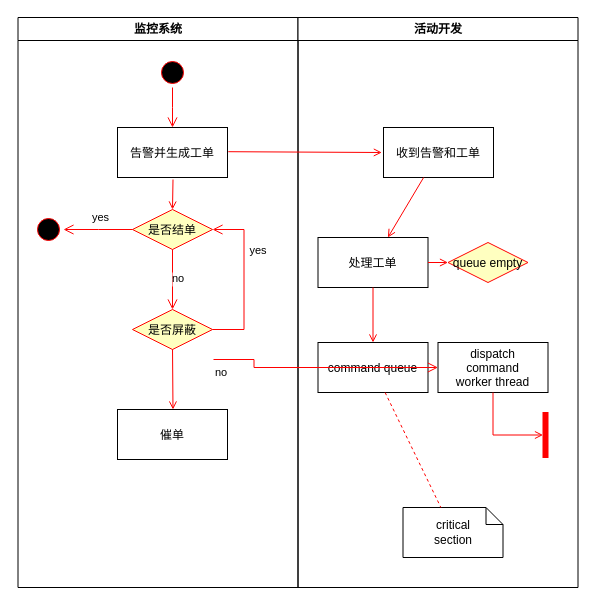
Earlier version of the draw.io diagram 工单系统活动图.drawio (FelixTt/repositoryForDraw.io). Source tidied: cells renumbered, new cells numbered last; positions are measured from the earlier drawing's top-left corner, leaving out a move shared by most shapes. Both pictures are drawn from the tidied source at 100%, with x=0, y=0 at pixel (17, 17).
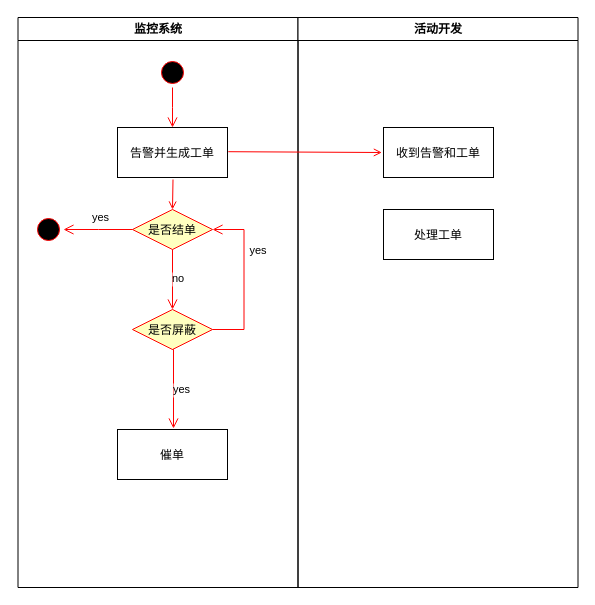
Above is the later version.

Commit message (it also covers changes not shown here):
更新工单系统活动图.drawio

Unchanged cells that the change refers to:
```xml
<mxCell id="2" value="监控系统" style="swimlane;whiteSpace=wrap;startSize=23;" parent="1" vertex="1">
  <mxGeometry x="0.5" width="280" height="570" as="geometry" />
</mxCell>
<mxCell id="12" value="是否屏蔽" style="rhombus;fillColor=#ffffc0;strokeColor=#ff0000;" parent="2" vertex="1">
  <mxGeometry x="114.5" y="292" width="80" height="40" as="geometry" />
</mxCell>
<mxCell id="15" value="活动开发" style="swimlane;whiteSpace=wrap;" parent="1" vertex="1">
  <mxGeometry x="280.5" width="280" height="570" as="geometry" />
</mxCell>
<mxCell id="16" value="收到告警和工单" parent="15" vertex="1">
  <mxGeometry x="85.5" y="110" width="110" height="50" as="geometry" />
</mxCell>
```

The edit, as a diff of the source:
```diff
@@
     <mxCell id="7" value="催单" parent="2" vertex="1">
-      <mxGeometry x="99.5" y="392" width="110" height="50" as="geometry" />
+      <mxGeometry x="99.5" y="412" width="110" height="50" as="geometry" />
     </mxCell>
-    <mxCell id="8" style="endArrow=open;strokeColor=#FF0000;endFill=1;rounded=0;" parent="2" edge="1">
-      <mxGeometry relative="1" as="geometry">
-        <mxPoint x="154.5" y="330" as="sourcePoint" />
-        <mxPoint x="155" y="392" as="targetPoint" />
-      </mxGeometry>
-    </mxCell>
@@
+    <mxCell id="30" value="yes" style="edgeStyle=elbowEdgeStyle;elbow=horizontal;align=left;verticalAlign=bottom;endArrow=open;endSize=8;strokeColor=#FF0000;endFill=1;rounded=0;exitX=0.5;exitY=1;exitDx=0;exitDy=0;entryX=0.505;entryY=-0.02;entryDx=0;entryDy=0;entryPerimeter=0;" parent="2" edge="1" source="12" target="7">
+      <mxGeometry x="0.25" y="-3" relative="1" as="geometry">
+        <Array as="points">
+          <mxPoint x="155.5" y="362" />
+        </Array>
+        <mxPoint x="1" as="offset" />
+      </mxGeometry>
+    </mxCell>
@@
     <mxCell id="17" value="处理工单" parent="15" vertex="1">
-      <mxGeometry x="20" y="220" width="110" height="50" as="geometry" />
+      <mxGeometry x="85.5" y="192" width="110" height="50" as="geometry" />
     </mxCell>
-    <mxCell id="18" style="endArrow=open;strokeColor=#FF0000;endFill=1;rounded=0;" parent="15" edge="1" source="16" target="17">
-      <mxGeometry relative="1" as="geometry" />
-    </mxCell>
-    <mxCell id="19" value="command queue" parent="15" vertex="1">
-      <mxGeometry x="20" y="325" width="110" height="50" as="geometry" />
-    </mxCell>
-    <mxCell id="20" style="endArrow=open;strokeColor=#FF0000;endFill=1;rounded=0;" parent="15" edge="1" source="17" target="19">
-      <mxGeometry relative="1" as="geometry" />
-    </mxCell>
-    <mxCell id="21" value="queue empty" style="rhombus;fillColor=#ffffc0;strokeColor=#ff0000;" parent="15" vertex="1">
-      <mxGeometry x="150" y="225" width="80" height="40" as="geometry" />
-    </mxCell>
-    <mxCell id="22" value="no" style="edgeStyle=elbowEdgeStyle;elbow=horizontal;align=left;verticalAlign=top;endArrow=open;endSize=8;strokeColor=#FF0000;endFill=1;rounded=0;" parent="15" edge="1" target="24">
-      <mxGeometry x="-1" relative="1" as="geometry">
-        <mxPoint x="-84.5" y="342" as="sourcePoint" />
-        <Array as="points">
-          <mxPoint x="-44" y="382" />
-        </Array>
-      </mxGeometry>
-    </mxCell>
-    <mxCell id="23" style="endArrow=open;strokeColor=#FF0000;endFill=1;rounded=0;" parent="15" edge="1" source="17" target="21">
-      <mxGeometry relative="1" as="geometry" />
-    </mxCell>
-    <mxCell id="24" value="dispatch&#10;command&#10;worker thread" parent="15" vertex="1">
-      <mxGeometry x="140" y="325" width="110" height="50" as="geometry" />
-    </mxCell>
-    <mxCell id="25" value="critical&#10;section" style="shape=note;whiteSpace=wrap;size=17;" parent="15" vertex="1">
-      <mxGeometry x="105" y="490" width="100" height="50" as="geometry" />
-    </mxCell>
-    <mxCell id="26" style="endArrow=none;strokeColor=#FF0000;endFill=0;rounded=0;dashed=1;" parent="15" edge="1" source="19" target="25">
-      <mxGeometry relative="1" as="geometry" />
-    </mxCell>
-    <mxCell id="27" style="whiteSpace=wrap;strokeColor=#FF0000;fillColor=#FF0000;" parent="15" vertex="1">
-      <mxGeometry x="245" y="395" width="5" height="45" as="geometry" />
-    </mxCell>
-    <mxCell id="28" style="edgeStyle=elbowEdgeStyle;elbow=horizontal;entryX=0;entryY=0.5;strokeColor=#FF0000;endArrow=open;endFill=1;rounded=0;" parent="15" edge="1" source="24" target="27">
-      <mxGeometry relative="1" as="geometry">
-        <Array as="points">
-          <mxPoint x="195" y="400" />
-        </Array>
-      </mxGeometry>
-    </mxCell>
```
